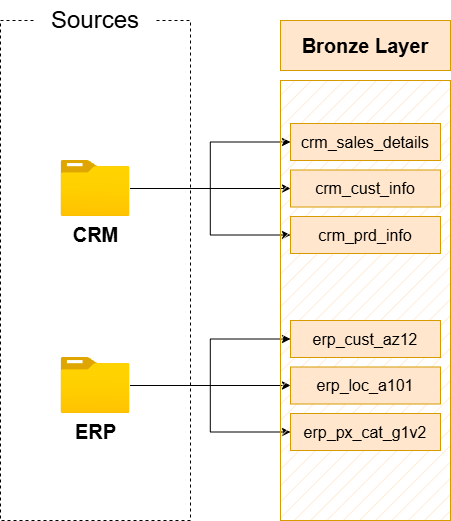
Before: docs/dataflow/diagram.png, a diagram exported from draw.io (Rodrigo3441/sql-data-warehouse-project). Source tidied: cells renumbered, new cells last; positions are measured from the earlier drawing's top-left corner, leaving out a move shared by most shapes. Its diagram source:
```xml
<mxGraphModel>
  <root>
    <mxCell id="0" />
    <mxCell id="1" parent="0" />
    <mxCell id="2" value="&amp;nbsp; " style="rounded=0;whiteSpace=wrap;html=1;fillColor=none;dashed=1;" parent="1" vertex="1">
      <mxGeometry y="20" width="190" height="500" as="geometry" />
    </mxCell>
    <mxCell id="3" value="Sources" style="rounded=1;whiteSpace=wrap;html=1;fontSize=24;strokeColor=none;" parent="1" vertex="1">
      <mxGeometry x="35" width="120" height="40" as="geometry" />
    </mxCell>
    <mxCell id="4" style="edgeStyle=orthogonalEdgeStyle;rounded=0;jettySize=auto;html=1;entryX=0;entryY=0.5;entryDx=0;entryDy=0;" parent="1" edge="1" source="7" target="14">
      <mxGeometry relative="1" as="geometry" />
    </mxCell>
    <mxCell id="5" style="edgeStyle=orthogonalEdgeStyle;rounded=0;jettySize=auto;html=1;" parent="1" edge="1" source="7" target="15">
      <mxGeometry relative="1" as="geometry" />
    </mxCell>
    <mxCell id="6" style="edgeStyle=orthogonalEdgeStyle;rounded=0;jettySize=auto;html=1;" parent="1" edge="1" source="7" target="16">
      <mxGeometry relative="1" as="geometry" />
    </mxCell>
    <mxCell id="7" value="&lt;font style=&quot;font-size: 20px;&quot;&gt;&lt;b&gt;CRM&lt;/b&gt;&lt;/font&gt;" style="image;html=1;points=[];align=center;fontSize=12;image=img/lib/azure2/general/Folder_Blank.svg;" parent="1" vertex="1">
      <mxGeometry x="60.5" y="160" width="69" height="56" as="geometry" />
    </mxCell>
    <mxCell id="8" style="edgeStyle=orthogonalEdgeStyle;rounded=0;jettySize=auto;html=1;entryX=0;entryY=0.5;entryDx=0;entryDy=0;" parent="1" edge="1" source="11" target="17">
      <mxGeometry relative="1" as="geometry" />
    </mxCell>
    <mxCell id="9" style="edgeStyle=orthogonalEdgeStyle;rounded=0;jettySize=auto;html=1;" parent="1" edge="1" source="11" target="18">
      <mxGeometry relative="1" as="geometry" />
    </mxCell>
    <mxCell id="10" style="edgeStyle=orthogonalEdgeStyle;rounded=0;jettySize=auto;html=1;" parent="1" edge="1" source="11" target="19">
      <mxGeometry relative="1" as="geometry" />
    </mxCell>
    <mxCell id="11" value="&lt;font style=&quot;font-size: 20px;&quot;&gt;&lt;b&gt;ERP&lt;/b&gt;&lt;/font&gt;" style="image;html=1;points=[];align=center;fontSize=12;image=img/lib/azure2/general/Folder_Blank.svg;" parent="1" vertex="1">
      <mxGeometry x="60.5" y="357" width="69" height="56" as="geometry" />
    </mxCell>
    <mxCell id="12" style="rounded=0;whiteSpace=wrap;html=1;fillColor=#ffe6cc;strokeColor=#d79b00;fillStyle=hatch;gradientColor=none;" parent="1" vertex="1">
      <mxGeometry x="280" y="80" width="170" height="440" as="geometry" />
    </mxCell>
    <mxCell id="13" value="&lt;font style=&quot;font-size: 20px;&quot;&gt;&lt;b style=&quot;&quot;&gt;Bronze Layer&lt;/b&gt;&lt;/font&gt;" style="rounded=0;whiteSpace=wrap;html=1;fillColor=#ffe6cc;strokeColor=#d79b00;" parent="1" vertex="1">
      <mxGeometry x="280" y="20" width="170" height="50" as="geometry" />
    </mxCell>
    <mxCell id="14" value="&lt;font style=&quot;font-size: 16px;&quot;&gt;crm_sales_details&lt;/font&gt;" style="rounded=0;whiteSpace=wrap;html=1;fillColor=#ffe6cc;strokeColor=#d79b00;" parent="1" vertex="1">
      <mxGeometry x="290" y="123" width="150" height="37" as="geometry" />
    </mxCell>
    <mxCell id="15" value="&lt;font style=&quot;font-size: 16px;&quot;&gt;crm_cust_info&lt;/font&gt;" style="rounded=0;whiteSpace=wrap;html=1;fillColor=#ffe6cc;strokeColor=#d79b00;" parent="1" vertex="1">
      <mxGeometry x="290" y="169.5" width="150" height="37" as="geometry" />
    </mxCell>
    <mxCell id="16" value="&lt;font style=&quot;font-size: 16px;&quot;&gt;crm_prd_info&lt;/font&gt;" style="rounded=0;whiteSpace=wrap;html=1;fillColor=#ffe6cc;strokeColor=#d79b00;" parent="1" vertex="1">
      <mxGeometry x="290" y="216" width="150" height="37" as="geometry" />
    </mxCell>
    <mxCell id="17" value="&lt;font style=&quot;font-size: 16px;&quot;&gt;erp_cust_az12&lt;/font&gt;" style="rounded=0;whiteSpace=wrap;html=1;fillColor=#ffe6cc;strokeColor=#d79b00;" parent="1" vertex="1">
      <mxGeometry x="290" y="320" width="150" height="37" as="geometry" />
    </mxCell>
    <mxCell id="18" value="&lt;font style=&quot;font-size: 16px;&quot;&gt;erp_loc_a101&lt;/font&gt;" style="rounded=0;whiteSpace=wrap;html=1;fillColor=#ffe6cc;strokeColor=#d79b00;" parent="1" vertex="1">
      <mxGeometry x="290" y="366.5" width="150" height="37" as="geometry" />
    </mxCell>
    <mxCell id="19" value="&lt;font style=&quot;font-size: 16px;&quot;&gt;erp_px_cat_g1v2&lt;/font&gt;" style="rounded=0;whiteSpace=wrap;html=1;fillColor=#ffe6cc;strokeColor=#d79b00;" parent="1" vertex="1">
      <mxGeometry x="290" y="413" width="150" height="37" as="geometry" />
    </mxCell>
  </root>
</mxGraphModel>
```
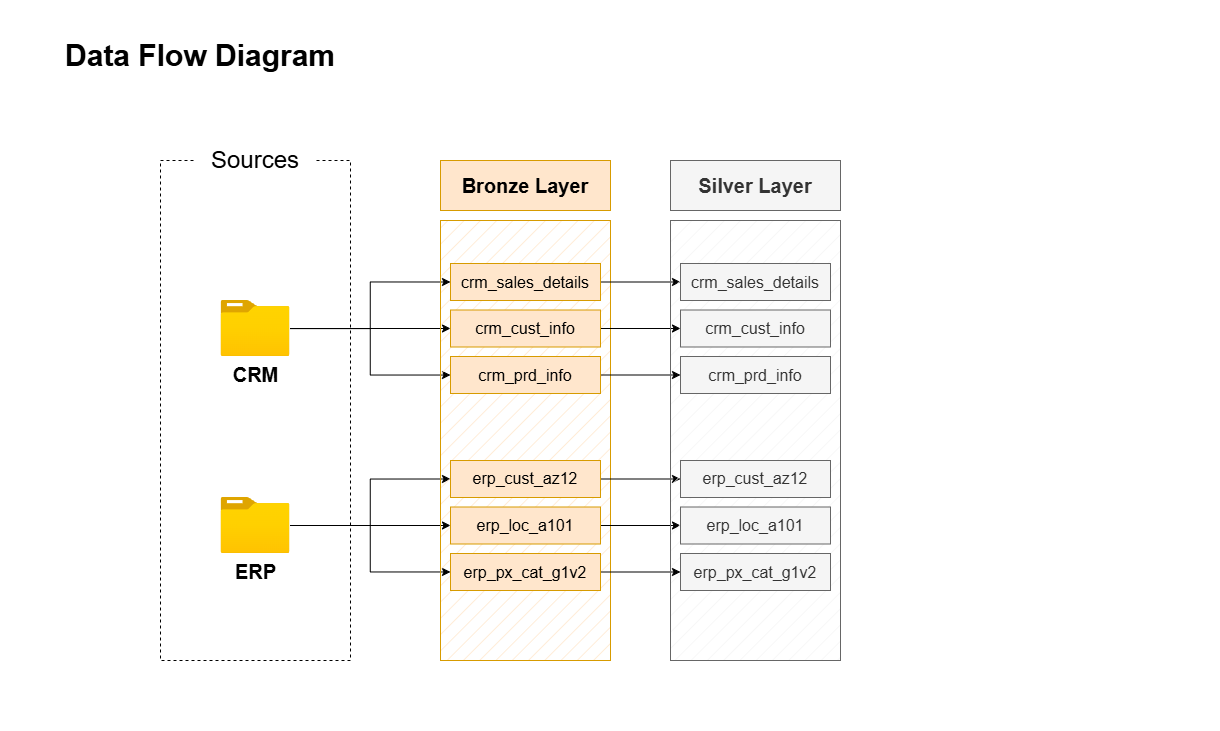
Later version of the same file.

Commit message:
docs: updated dataflow diagram

The edit, as a diff of the source:
```diff
@@ -2,6 +2,9 @@
   <root>
     <mxCell id="0" />
     <mxCell id="1" parent="0" />
+    <mxCell id="20" style="rounded=0;whiteSpace=wrap;html=1;strokeColor=none;" parent="1" vertex="1">
+      <mxGeometry x="-160" y="-140.5" width="1220" height="730.5" as="geometry" />
+    </mxCell>
     <mxCell id="2" value="&amp;nbsp; " style="rounded=0;whiteSpace=wrap;html=1;fillColor=none;dashed=1;" parent="1" vertex="1">
       <mxGeometry y="20" width="190" height="500" as="geometry" />
     </mxCell>
@@ -38,23 +41,68 @@
     <mxCell id="13" value="&lt;font style=&quot;font-size: 20px;&quot;&gt;&lt;b style=&quot;&quot;&gt;Bronze Layer&lt;/b&gt;&lt;/font&gt;" style="rounded=0;whiteSpace=wrap;html=1;fillColor=#ffe6cc;strokeColor=#d79b00;" parent="1" vertex="1">
       <mxGeometry x="280" y="20" width="170" height="50" as="geometry" />
     </mxCell>
+    <mxCell id="21" style="edgeStyle=orthogonalEdgeStyle;rounded=0;jettySize=auto;html=1;exitX=1;exitY=0.5;exitDx=0;exitDy=0;entryX=0;entryY=0.5;entryDx=0;entryDy=0;" parent="1" edge="1" source="14" target="29">
+      <mxGeometry relative="1" as="geometry" />
+    </mxCell>
     <mxCell id="14" value="&lt;font style=&quot;font-size: 16px;&quot;&gt;crm_sales_details&lt;/font&gt;" style="rounded=0;whiteSpace=wrap;html=1;fillColor=#ffe6cc;strokeColor=#d79b00;" parent="1" vertex="1">
       <mxGeometry x="290" y="123" width="150" height="37" as="geometry" />
     </mxCell>
+    <mxCell id="22" style="edgeStyle=orthogonalEdgeStyle;rounded=0;jettySize=auto;html=1;exitX=1;exitY=0.5;exitDx=0;exitDy=0;entryX=0;entryY=0.5;entryDx=0;entryDy=0;" parent="1" edge="1" source="15" target="30">
+      <mxGeometry relative="1" as="geometry" />
+    </mxCell>
     <mxCell id="15" value="&lt;font style=&quot;font-size: 16px;&quot;&gt;crm_cust_info&lt;/font&gt;" style="rounded=0;whiteSpace=wrap;html=1;fillColor=#ffe6cc;strokeColor=#d79b00;" parent="1" vertex="1">
       <mxGeometry x="290" y="169.5" width="150" height="37" as="geometry" />
     </mxCell>
+    <mxCell id="23" style="edgeStyle=orthogonalEdgeStyle;rounded=0;jettySize=auto;html=1;exitX=1;exitY=0.5;exitDx=0;exitDy=0;entryX=0;entryY=0.5;entryDx=0;entryDy=0;" parent="1" edge="1" source="16" target="31">
+      <mxGeometry relative="1" as="geometry" />
+    </mxCell>
     <mxCell id="16" value="&lt;font style=&quot;font-size: 16px;&quot;&gt;crm_prd_info&lt;/font&gt;" style="rounded=0;whiteSpace=wrap;html=1;fillColor=#ffe6cc;strokeColor=#d79b00;" parent="1" vertex="1">
       <mxGeometry x="290" y="216" width="150" height="37" as="geometry" />
     </mxCell>
+    <mxCell id="24" style="edgeStyle=orthogonalEdgeStyle;rounded=0;jettySize=auto;html=1;exitX=1;exitY=0.5;exitDx=0;exitDy=0;entryX=0;entryY=0.5;entryDx=0;entryDy=0;" parent="1" edge="1" source="17" target="32">
+      <mxGeometry relative="1" as="geometry" />
+    </mxCell>
     <mxCell id="17" value="&lt;font style=&quot;font-size: 16px;&quot;&gt;erp_cust_az12&lt;/font&gt;" style="rounded=0;whiteSpace=wrap;html=1;fillColor=#ffe6cc;strokeColor=#d79b00;" parent="1" vertex="1">
       <mxGeometry x="290" y="320" width="150" height="37" as="geometry" />
     </mxCell>
+    <mxCell id="25" style="edgeStyle=orthogonalEdgeStyle;rounded=0;jettySize=auto;html=1;exitX=1;exitY=0.5;exitDx=0;exitDy=0;entryX=0;entryY=0.5;entryDx=0;entryDy=0;" parent="1" edge="1" source="18" target="33">
+      <mxGeometry relative="1" as="geometry" />
+    </mxCell>
     <mxCell id="18" value="&lt;font style=&quot;font-size: 16px;&quot;&gt;erp_loc_a101&lt;/font&gt;" style="rounded=0;whiteSpace=wrap;html=1;fillColor=#ffe6cc;strokeColor=#d79b00;" parent="1" vertex="1">
       <mxGeometry x="290" y="366.5" width="150" height="37" as="geometry" />
     </mxCell>
+    <mxCell id="26" style="edgeStyle=orthogonalEdgeStyle;rounded=0;jettySize=auto;html=1;exitX=1;exitY=0.5;exitDx=0;exitDy=0;entryX=0;entryY=0.5;entryDx=0;entryDy=0;" parent="1" edge="1" source="19" target="34">
+      <mxGeometry relative="1" as="geometry" />
+    </mxCell>
     <mxCell id="19" value="&lt;font style=&quot;font-size: 16px;&quot;&gt;erp_px_cat_g1v2&lt;/font&gt;" style="rounded=0;whiteSpace=wrap;html=1;fillColor=#ffe6cc;strokeColor=#d79b00;" parent="1" vertex="1">
       <mxGeometry x="290" y="413" width="150" height="37" as="geometry" />
     </mxCell>
+    <mxCell id="27" style="rounded=0;whiteSpace=wrap;html=1;fillColor=#f5f5f5;strokeColor=#666666;fillStyle=hatch;fontColor=#333333;" parent="1" vertex="1">
+      <mxGeometry x="510" y="80" width="170" height="440" as="geometry" />
+    </mxCell>
+    <mxCell id="28" value="&lt;font style=&quot;font-size: 20px;&quot;&gt;&lt;b style=&quot;&quot;&gt;Silver Layer&lt;/b&gt;&lt;/font&gt;" style="rounded=0;whiteSpace=wrap;html=1;fillColor=#f5f5f5;strokeColor=#666666;fontColor=#333333;" parent="1" vertex="1">
+      <mxGeometry x="510" y="20" width="170" height="50" as="geometry" />
+    </mxCell>
+    <mxCell id="29" value="&lt;font style=&quot;font-size: 16px;&quot;&gt;crm_sales_details&lt;/font&gt;" style="rounded=0;whiteSpace=wrap;html=1;fillColor=#f5f5f5;strokeColor=#666666;fontColor=#333333;" parent="1" vertex="1">
+      <mxGeometry x="520" y="123" width="150" height="37" as="geometry" />
+    </mxCell>
+    <mxCell id="30" value="&lt;font style=&quot;font-size: 16px;&quot;&gt;crm_cust_info&lt;/font&gt;" style="rounded=0;whiteSpace=wrap;html=1;fillColor=#f5f5f5;strokeColor=#666666;fontColor=#333333;" parent="1" vertex="1">
+      <mxGeometry x="520" y="169.5" width="150" height="37" as="geometry" />
+    </mxCell>
+    <mxCell id="31" value="&lt;font style=&quot;font-size: 16px;&quot;&gt;crm_prd_info&lt;/font&gt;" style="rounded=0;whiteSpace=wrap;html=1;fillColor=#f5f5f5;strokeColor=#666666;fontColor=#333333;" parent="1" vertex="1">
+      <mxGeometry x="520" y="216" width="150" height="37" as="geometry" />
+    </mxCell>
+    <mxCell id="32" value="&lt;font style=&quot;font-size: 16px;&quot;&gt;erp_cust_az12&lt;/font&gt;" style="rounded=0;whiteSpace=wrap;html=1;fillColor=#f5f5f5;strokeColor=#666666;fontColor=#333333;" parent="1" vertex="1">
+      <mxGeometry x="520" y="320" width="150" height="37" as="geometry" />
+    </mxCell>
+    <mxCell id="33" value="&lt;font style=&quot;font-size: 16px;&quot;&gt;erp_loc_a101&lt;/font&gt;" style="rounded=0;whiteSpace=wrap;html=1;fillColor=#f5f5f5;strokeColor=#666666;fontColor=#333333;" parent="1" vertex="1">
+      <mxGeometry x="520" y="366.5" width="150" height="37" as="geometry" />
+    </mxCell>
+    <mxCell id="34" value="&lt;font style=&quot;font-size: 16px;&quot;&gt;erp_px_cat_g1v2&lt;/font&gt;" style="rounded=0;whiteSpace=wrap;html=1;fillColor=#f5f5f5;strokeColor=#666666;fontColor=#333333;" parent="1" vertex="1">
+      <mxGeometry x="520" y="413" width="150" height="37" as="geometry" />
+    </mxCell>
+    <mxCell id="35" value="&lt;font style=&quot;font-size: 30px;&quot;&gt;&lt;b style=&quot;&quot;&gt;Data Flow Diagram&lt;/b&gt;&lt;/font&gt;" style="text;html=1;whiteSpace=wrap;strokeColor=none;fillColor=none;align=center;verticalAlign=middle;rounded=0;" parent="1" vertex="1">
+      <mxGeometry x="-110" y="-120" width="300" height="70" as="geometry" />
+    </mxCell>
   </root>
 </mxGraphModel>
```
